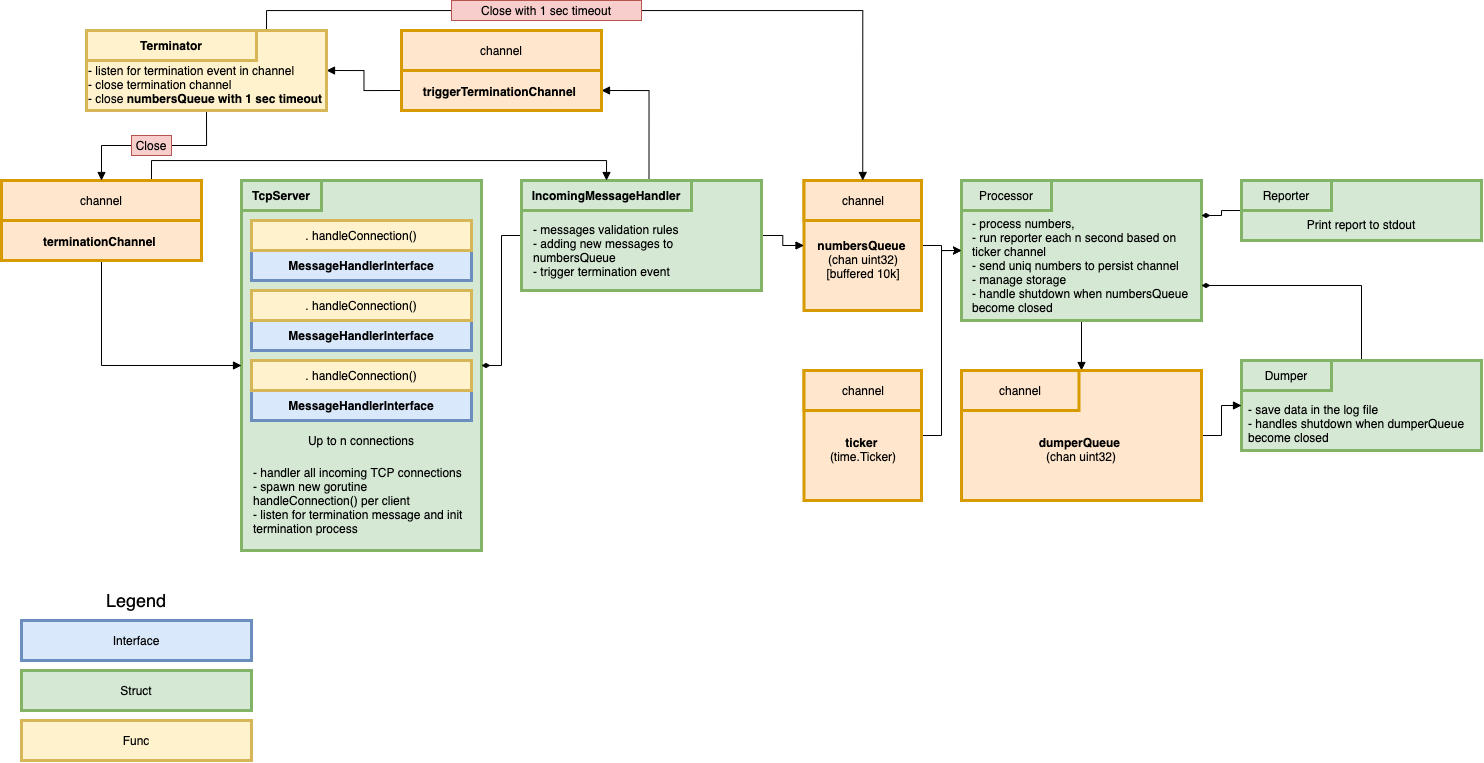
Before: resources/images/application_design.png, a diagram exported from draw.io (brushknight/number-server). Source tidied: cells renumbered, new cells last; positions are measured from the earlier drawing's top-left corner, leaving out a move shared by most shapes. The source it was exported from:
```xml
<mxGraphModel>
  <root>
    <mxCell id="0" />
    <mxCell id="1" parent="0" />
    <mxCell id="2" style="rounded=0;whiteSpace=wrap;html=1;fillColor=#d5e8d4;strokeColor=#82b366;strokeWidth=3;" parent="1" vertex="1">
      <mxGeometry x="240" y="180" width="240" height="370" as="geometry" />
    </mxCell>
    <mxCell id="3" value="&lt;b&gt;TcpServer&lt;/b&gt;" style="text;html=1;strokeColor=#82b366;fillColor=#d5e8d4;align=center;verticalAlign=middle;whiteSpace=wrap;rounded=0;strokeWidth=3;" parent="1" vertex="1">
      <mxGeometry x="240" y="180" width="80" height="30" as="geometry" />
    </mxCell>
    <mxCell id="4" value="&lt;b&gt;MessageHandlerInterface&lt;/b&gt;" style="rounded=0;whiteSpace=wrap;html=1;fillColor=#dae8fc;strokeColor=#6c8ebf;strokeWidth=3;" parent="1" vertex="1">
      <mxGeometry x="250" y="250" width="220" height="30" as="geometry" />
    </mxCell>
    <mxCell id="5" value=".&amp;nbsp;handleConnection()" style="rounded=0;whiteSpace=wrap;html=1;fillColor=#fff2cc;strokeColor=#d6b656;strokeWidth=3;" parent="1" vertex="1">
      <mxGeometry x="250" y="220" width="220" height="30" as="geometry" />
    </mxCell>
    <mxCell id="6" style="edgeStyle=orthogonalEdgeStyle;rounded=0;jettySize=auto;html=1;exitX=1;exitY=0.5;exitDx=0;exitDy=0;entryX=0;entryY=0.5;entryDx=0;entryDy=0;" parent="1" edge="1" source="7" target="15">
      <mxGeometry relative="1" as="geometry" />
    </mxCell>
    <mxCell id="7" value="&lt;br&gt;&lt;br&gt;&lt;b&gt;numbersQueue&lt;/b&gt; &lt;br&gt;(chan uint32)&lt;br&gt;[buffered 10k]" style="rounded=0;whiteSpace=wrap;html=1;strokeColor=#d79b00;strokeWidth=3;fillColor=#ffe6cc;" parent="1" vertex="1">
      <mxGeometry x="802.5" y="180" width="117.5" height="130" as="geometry" />
    </mxCell>
    <mxCell id="8" value="channel" style="text;html=1;align=center;verticalAlign=middle;whiteSpace=wrap;rounded=0;fillColor=#ffe6cc;strokeColor=#d79b00;strokeWidth=3;" parent="1" vertex="1">
      <mxGeometry x="802.5" y="180" width="117.5" height="40" as="geometry" />
    </mxCell>
    <mxCell id="9" value="&lt;b&gt;MessageHandlerInterface&lt;/b&gt;" style="rounded=0;whiteSpace=wrap;html=1;fillColor=#dae8fc;strokeColor=#6c8ebf;strokeWidth=3;" parent="1" vertex="1">
      <mxGeometry x="250" y="320" width="220" height="30" as="geometry" />
    </mxCell>
    <mxCell id="10" value=".&amp;nbsp;handleConnection()" style="rounded=0;whiteSpace=wrap;html=1;fillColor=#fff2cc;strokeColor=#d6b656;strokeWidth=3;" parent="1" vertex="1">
      <mxGeometry x="250" y="290" width="220" height="30" as="geometry" />
    </mxCell>
    <mxCell id="11" value="&lt;b&gt;MessageHandlerInterface&lt;/b&gt;" style="rounded=0;whiteSpace=wrap;html=1;fillColor=#dae8fc;strokeColor=#6c8ebf;strokeWidth=3;" parent="1" vertex="1">
      <mxGeometry x="250" y="390" width="220" height="30" as="geometry" />
    </mxCell>
    <mxCell id="12" value=".&amp;nbsp;handleConnection()" style="rounded=0;whiteSpace=wrap;html=1;fillColor=#fff2cc;strokeColor=#d6b656;strokeWidth=3;" parent="1" vertex="1">
      <mxGeometry x="250" y="360" width="220" height="30" as="geometry" />
    </mxCell>
    <mxCell id="13" value="Up to n connections" style="text;html=1;strokeColor=none;fillColor=none;align=center;verticalAlign=middle;whiteSpace=wrap;rounded=0;" parent="1" vertex="1">
      <mxGeometry x="260" y="430" width="200" height="20" as="geometry" />
    </mxCell>
    <mxCell id="14" style="edgeStyle=orthogonalEdgeStyle;rounded=0;jettySize=auto;html=1;exitX=0.5;exitY=1;exitDx=0;exitDy=0;endArrow=block;endFill=1;" parent="1" edge="1" source="15" target="28">
      <mxGeometry relative="1" as="geometry" />
    </mxCell>
    <mxCell id="15" style="rounded=0;whiteSpace=wrap;html=1;fillColor=#d5e8d4;strokeColor=#82b366;strokeWidth=3;" parent="1" vertex="1">
      <mxGeometry x="960" y="180" width="240" height="140" as="geometry" />
    </mxCell>
    <mxCell id="16" value="Processor" style="text;html=1;strokeColor=#82b366;fillColor=#d5e8d4;align=center;verticalAlign=middle;whiteSpace=wrap;rounded=0;strokeWidth=3;" parent="1" vertex="1">
      <mxGeometry x="960" y="180" width="90" height="30" as="geometry" />
    </mxCell>
    <mxCell id="17" style="edgeStyle=orthogonalEdgeStyle;rounded=0;jettySize=auto;html=1;exitX=1;exitY=0.5;exitDx=0;exitDy=0;entryX=0;entryY=0.5;entryDx=0;entryDy=0;" parent="1" edge="1" source="18" target="15">
      <mxGeometry relative="1" as="geometry" />
    </mxCell>
    <mxCell id="18" value="&lt;br&gt;&lt;br&gt;&lt;b&gt;ticker&lt;/b&gt;&amp;nbsp;&lt;br&gt;(time.Ticker)" style="rounded=0;whiteSpace=wrap;html=1;strokeColor=#d79b00;strokeWidth=3;fillColor=#ffe6cc;" parent="1" vertex="1">
      <mxGeometry x="802.5" y="370" width="117.5" height="130" as="geometry" />
    </mxCell>
    <mxCell id="19" value="channel" style="text;html=1;align=center;verticalAlign=middle;whiteSpace=wrap;rounded=0;fillColor=#ffe6cc;strokeColor=#d79b00;strokeWidth=3;" parent="1" vertex="1">
      <mxGeometry x="802.5" y="370" width="117.5" height="40" as="geometry" />
    </mxCell>
    <mxCell id="20" value="&lt;div style=&quot;text-align: left&quot;&gt;&lt;span&gt;- process numbers,&amp;nbsp;&lt;/span&gt;&lt;/div&gt;&lt;div style=&quot;text-align: left&quot;&gt;&lt;span&gt;- run reporter each n second based on ticker channel&lt;/span&gt;&lt;/div&gt;&lt;div style=&quot;text-align: left&quot;&gt;&lt;span&gt;- send uniq numbers to persist channel&lt;/span&gt;&lt;/div&gt;&lt;div style=&quot;text-align: left&quot;&gt;&lt;span&gt;- manage storage&lt;/span&gt;&lt;/div&gt;&lt;div style=&quot;text-align: left&quot;&gt;&lt;span&gt;- handle shutdown when&amp;nbsp;&lt;/span&gt;&lt;span&gt;numbersQueue become closed&lt;/span&gt;&lt;/div&gt;" style="text;html=1;strokeColor=none;fillColor=none;align=center;verticalAlign=middle;whiteSpace=wrap;rounded=0;" parent="1" vertex="1">
      <mxGeometry x="970" y="215" width="220" height="100" as="geometry" />
    </mxCell>
    <mxCell id="21" style="edgeStyle=orthogonalEdgeStyle;rounded=0;jettySize=auto;html=1;exitX=0;exitY=0.5;exitDx=0;exitDy=0;entryX=1;entryY=0.25;entryDx=0;entryDy=0;endArrow=diamondThin;endFill=1;" parent="1" edge="1" source="22" target="15">
      <mxGeometry relative="1" as="geometry" />
    </mxCell>
    <mxCell id="22" value="&lt;br&gt;&lt;br&gt;Print report to stdout" style="rounded=0;whiteSpace=wrap;html=1;fillColor=#d5e8d4;strokeColor=#82b366;strokeWidth=3;" parent="1" vertex="1">
      <mxGeometry x="1240" y="180" width="240" height="60" as="geometry" />
    </mxCell>
    <mxCell id="23" value="Reporter" style="text;html=1;strokeColor=#82b366;fillColor=#d5e8d4;align=center;verticalAlign=middle;whiteSpace=wrap;rounded=0;strokeWidth=3;" parent="1" vertex="1">
      <mxGeometry x="1240" y="180" width="90" height="30" as="geometry" />
    </mxCell>
    <mxCell id="24" style="edgeStyle=orthogonalEdgeStyle;rounded=0;jettySize=auto;html=1;exitX=0.5;exitY=0;exitDx=0;exitDy=0;entryX=1;entryY=0.75;entryDx=0;entryDy=0;endArrow=diamondThin;endFill=1;" parent="1" edge="1" source="25" target="15">
      <mxGeometry relative="1" as="geometry" />
    </mxCell>
    <mxCell id="25" style="rounded=0;whiteSpace=wrap;html=1;fillColor=#d5e8d4;strokeColor=#82b366;strokeWidth=3;" parent="1" vertex="1">
      <mxGeometry x="1240" y="360" width="240" height="90" as="geometry" />
    </mxCell>
    <mxCell id="26" value="Dumper" style="text;html=1;strokeColor=#82b366;fillColor=#d5e8d4;align=center;verticalAlign=middle;whiteSpace=wrap;rounded=0;strokeWidth=3;" parent="1" vertex="1">
      <mxGeometry x="1240" y="360" width="90" height="30" as="geometry" />
    </mxCell>
    <mxCell id="27" style="edgeStyle=orthogonalEdgeStyle;rounded=0;jettySize=auto;html=1;exitX=1;exitY=0.5;exitDx=0;exitDy=0;entryX=0;entryY=0.5;entryDx=0;entryDy=0;endArrow=block;endFill=1;" parent="1" edge="1" source="28" target="25">
      <mxGeometry relative="1" as="geometry" />
    </mxCell>
    <mxCell id="28" value="&lt;br&gt;&lt;br&gt;&lt;b&gt;dumperQueue&lt;/b&gt;&amp;nbsp;&lt;br&gt;(chan uint32)" style="rounded=0;whiteSpace=wrap;html=1;strokeColor=#d79b00;strokeWidth=3;fillColor=#ffe6cc;" parent="1" vertex="1">
      <mxGeometry x="960" y="370" width="240" height="130" as="geometry" />
    </mxCell>
    <mxCell id="29" value="channel" style="text;html=1;align=center;verticalAlign=middle;whiteSpace=wrap;rounded=0;fillColor=#ffe6cc;strokeColor=#d79b00;strokeWidth=3;" parent="1" vertex="1">
      <mxGeometry x="960" y="370" width="117.5" height="40" as="geometry" />
    </mxCell>
    <mxCell id="30" style="edgeStyle=orthogonalEdgeStyle;rounded=0;jettySize=auto;html=1;exitX=0;exitY=0.5;exitDx=0;exitDy=0;entryX=1;entryY=0.5;entryDx=0;entryDy=0;endArrow=diamondThin;endFill=1;" parent="1" edge="1" source="32" target="2">
      <mxGeometry relative="1" as="geometry" />
    </mxCell>
    <mxCell id="31" style="edgeStyle=orthogonalEdgeStyle;rounded=0;jettySize=auto;html=1;exitX=1;exitY=0.5;exitDx=0;exitDy=0;entryX=0;entryY=0.5;entryDx=0;entryDy=0;endArrow=block;endFill=1;" parent="1" edge="1" source="32" target="7">
      <mxGeometry relative="1" as="geometry" />
    </mxCell>
    <mxCell id="32" style="rounded=0;whiteSpace=wrap;html=1;fillColor=#d5e8d4;strokeColor=#82b366;strokeWidth=3;align=left;" parent="1" vertex="1">
      <mxGeometry x="520" y="180" width="240" height="110" as="geometry" />
    </mxCell>
    <mxCell id="33" style="edgeStyle=orthogonalEdgeStyle;rounded=0;jettySize=auto;html=1;exitX=0.75;exitY=0;exitDx=0;exitDy=0;entryX=1;entryY=0.75;entryDx=0;entryDy=0;endArrow=block;endFill=1;" parent="1" edge="1" source="34" target="38">
      <mxGeometry relative="1" as="geometry" />
    </mxCell>
    <mxCell id="34" value="&lt;b&gt;IncomingMessageHandler&lt;/b&gt;" style="text;html=1;strokeColor=#82b366;fillColor=#d5e8d4;align=center;verticalAlign=middle;whiteSpace=wrap;rounded=0;strokeWidth=3;" parent="1" vertex="1">
      <mxGeometry x="520" y="180" width="170" height="30" as="geometry" />
    </mxCell>
    <mxCell id="35" value="- handler all incoming TCP connections&lt;br&gt;- spawn new gorutine handleConnection() per client&lt;br&gt;- listen for termination message and init termination process" style="text;html=1;strokeColor=none;fillColor=none;align=left;verticalAlign=middle;whiteSpace=wrap;rounded=0;" parent="1" vertex="1">
      <mxGeometry x="250" y="460" width="220" height="80" as="geometry" />
    </mxCell>
    <mxCell id="36" value="&lt;span&gt;- messages validation rules&lt;/span&gt;&lt;br&gt;&lt;span&gt;- adding new messages to numbersQueue&lt;/span&gt;&lt;br&gt;&lt;span&gt;- trigger termination event&lt;/span&gt;" style="text;html=1;strokeColor=none;fillColor=none;align=left;verticalAlign=middle;whiteSpace=wrap;rounded=0;" parent="1" vertex="1">
      <mxGeometry x="530" y="220" width="220" height="60" as="geometry" />
    </mxCell>
    <mxCell id="37" style="edgeStyle=orthogonalEdgeStyle;rounded=0;jettySize=auto;html=1;exitX=0;exitY=0.75;exitDx=0;exitDy=0;entryX=1;entryY=0.5;entryDx=0;entryDy=0;endArrow=block;endFill=1;" parent="1" edge="1" source="38" target="47">
      <mxGeometry relative="1" as="geometry" />
    </mxCell>
    <mxCell id="38" value="&lt;br&gt;&lt;br&gt;&lt;br&gt;&lt;b&gt;triggerTerminationChannel&lt;/b&gt;&amp;nbsp;" style="rounded=0;whiteSpace=wrap;html=1;strokeColor=#d79b00;strokeWidth=3;fillColor=#ffe6cc;" parent="1" vertex="1">
      <mxGeometry x="400" y="30" width="200" height="80" as="geometry" />
    </mxCell>
    <mxCell id="39" value="channel" style="text;html=1;align=center;verticalAlign=middle;whiteSpace=wrap;rounded=0;fillColor=#ffe6cc;strokeColor=#d79b00;strokeWidth=3;" parent="1" vertex="1">
      <mxGeometry x="400" y="30" width="200" height="40" as="geometry" />
    </mxCell>
    <mxCell id="40" style="edgeStyle=orthogonalEdgeStyle;rounded=0;jettySize=auto;html=1;exitX=0.5;exitY=1;exitDx=0;exitDy=0;endArrow=block;endFill=1;" parent="1" edge="1" source="42" target="2">
      <mxGeometry relative="1" as="geometry" />
    </mxCell>
    <mxCell id="41" style="edgeStyle=orthogonalEdgeStyle;rounded=0;jettySize=auto;html=1;exitX=0.75;exitY=0;exitDx=0;exitDy=0;entryX=0.5;entryY=0;entryDx=0;entryDy=0;endArrow=block;endFill=1;" parent="1" edge="1" source="43" target="34">
      <mxGeometry relative="1" as="geometry">
        <Array as="points">
          <mxPoint x="150" y="160" />
          <mxPoint x="605" y="160" />
        </Array>
      </mxGeometry>
    </mxCell>
    <mxCell id="42" value="&lt;br&gt;&lt;br&gt;&lt;br&gt;&lt;b&gt;terminationChannel&lt;/b&gt;&amp;nbsp;" style="rounded=0;whiteSpace=wrap;html=1;strokeColor=#d79b00;strokeWidth=3;fillColor=#ffe6cc;" parent="1" vertex="1">
      <mxGeometry y="180" width="200" height="80" as="geometry" />
    </mxCell>
    <mxCell id="43" value="channel" style="text;html=1;align=center;verticalAlign=middle;whiteSpace=wrap;rounded=0;fillColor=#ffe6cc;strokeColor=#d79b00;strokeWidth=3;" parent="1" vertex="1">
      <mxGeometry y="180" width="200" height="40" as="geometry" />
    </mxCell>
    <mxCell id="44" value="&lt;div&gt;&lt;span&gt;- save data in the log file&lt;/span&gt;&lt;/div&gt;&lt;div&gt;&lt;span&gt;- handles shutdown when dumperQueue become closed&lt;/span&gt;&lt;/div&gt;" style="text;html=1;strokeColor=none;fillColor=none;align=left;verticalAlign=middle;whiteSpace=wrap;rounded=0;" parent="1" vertex="1">
      <mxGeometry x="1245" y="395" width="230" height="55" as="geometry" />
    </mxCell>
    <mxCell id="45" style="edgeStyle=orthogonalEdgeStyle;rounded=0;jettySize=auto;html=1;exitX=0.5;exitY=1;exitDx=0;exitDy=0;entryX=0.5;entryY=0;entryDx=0;entryDy=0;endArrow=block;endFill=1;" parent="1" edge="1" source="47">
      <mxGeometry relative="1" as="geometry">
        <mxPoint x="100" y="180" as="targetPoint" />
      </mxGeometry>
    </mxCell>
    <mxCell id="46" style="edgeStyle=orthogonalEdgeStyle;rounded=0;jettySize=auto;html=1;exitX=0.75;exitY=0;exitDx=0;exitDy=0;entryX=0.5;entryY=0;entryDx=0;entryDy=0;endArrow=block;endFill=1;" parent="1" edge="1" source="47" target="8">
      <mxGeometry relative="1" as="geometry" />
    </mxCell>
    <mxCell id="47" value="&lt;br&gt;&lt;br&gt;- listen for termination event in channel&lt;br&gt;- close termination channel&lt;br&gt;- close&amp;nbsp;&lt;b style=&quot;text-align: center&quot;&gt;numbersQueue with 1 sec timeout&lt;/b&gt;" style="rounded=0;whiteSpace=wrap;html=1;fillColor=#fff2cc;strokeColor=#d6b656;strokeWidth=3;align=left;" parent="1" vertex="1">
      <mxGeometry x="85" y="30" width="240" height="80" as="geometry" />
    </mxCell>
    <mxCell id="48" value="&lt;b&gt;Terminator&lt;/b&gt;" style="text;html=1;strokeColor=#d6b656;fillColor=#fff2cc;align=center;verticalAlign=middle;whiteSpace=wrap;rounded=0;strokeWidth=3;" parent="1" vertex="1">
      <mxGeometry x="85" y="30" width="170" height="30" as="geometry" />
    </mxCell>
    <mxCell id="49" value="Close" style="text;html=1;strokeColor=#b85450;fillColor=#f8cecc;align=center;verticalAlign=middle;whiteSpace=wrap;rounded=0;" parent="1" vertex="1">
      <mxGeometry x="130" y="135" width="40" height="20" as="geometry" />
    </mxCell>
    <mxCell id="50" value="Close with 1 sec timeout" style="text;html=1;strokeColor=#b85450;fillColor=#f8cecc;align=center;verticalAlign=middle;whiteSpace=wrap;rounded=0;" parent="1" vertex="1">
      <mxGeometry x="450" width="190" height="20" as="geometry" />
    </mxCell>
    <mxCell id="51" value="Interface" style="rounded=0;whiteSpace=wrap;html=1;fillColor=#dae8fc;strokeColor=#6c8ebf;strokeWidth=3;" parent="1" vertex="1">
      <mxGeometry x="20" y="620" width="230" height="40" as="geometry" />
    </mxCell>
    <mxCell id="52" value="Struct" style="rounded=0;whiteSpace=wrap;html=1;fillColor=#d5e8d4;strokeColor=#82b366;strokeWidth=3;" parent="1" vertex="1">
      <mxGeometry x="20" y="670" width="230" height="40" as="geometry" />
    </mxCell>
    <mxCell id="53" value="Func" style="rounded=0;whiteSpace=wrap;html=1;fillColor=#fff2cc;strokeColor=#d6b656;strokeWidth=3;" parent="1" vertex="1">
      <mxGeometry x="20" y="720" width="230" height="40" as="geometry" />
    </mxCell>
    <mxCell id="54" value="&lt;font style=&quot;font-size: 18px&quot;&gt;Legend&lt;/font&gt;" style="text;html=1;strokeColor=none;fillColor=none;align=center;verticalAlign=middle;whiteSpace=wrap;rounded=0;" parent="1" vertex="1">
      <mxGeometry y="580" width="270" height="40" as="geometry" />
    </mxCell>
  </root>
</mxGraphModel>
```
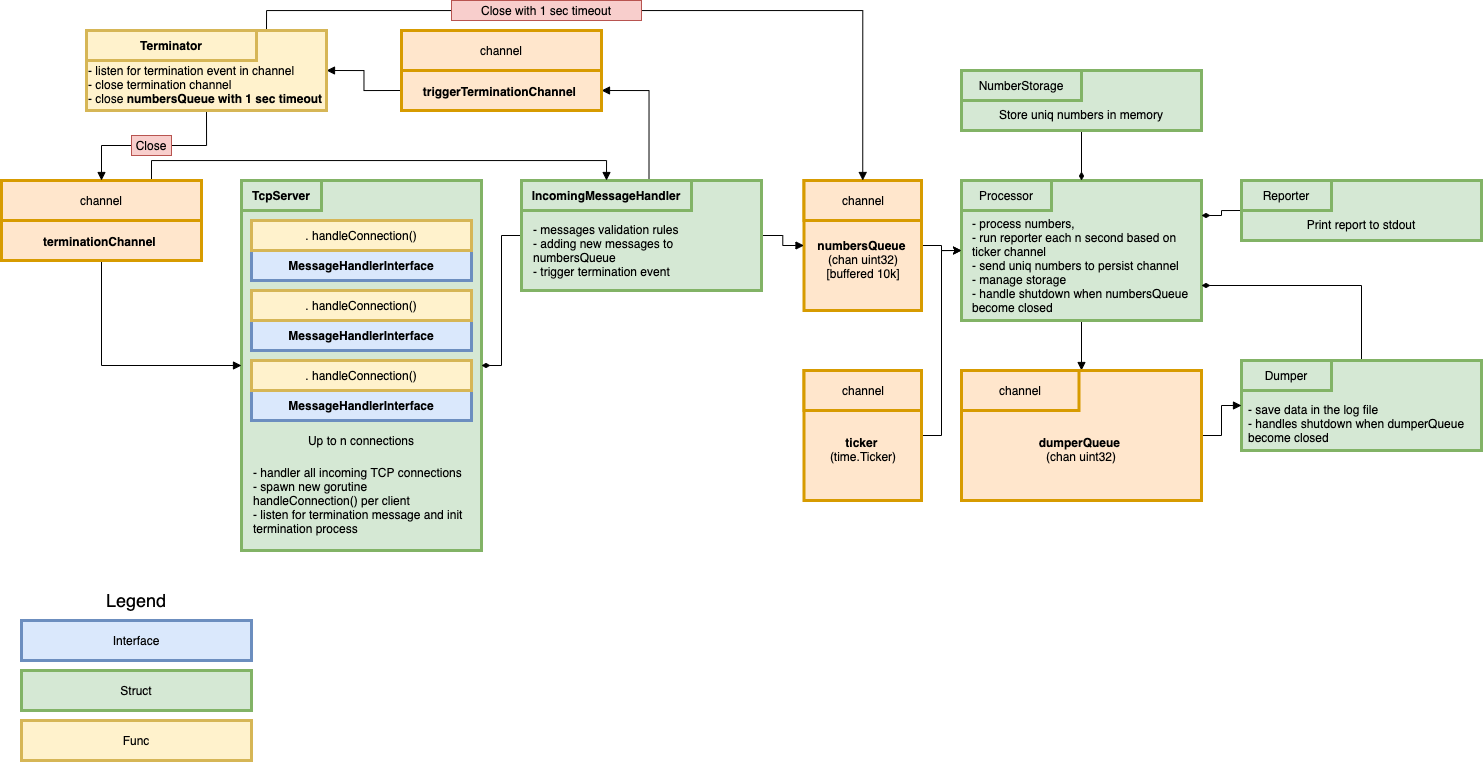
Above is the later version.

Commit message:
Documentation: Update application_design.png, NumberStorage was lost

Diff of the diagram source:
```diff
@@ -168,5 +168,14 @@
     <mxCell id="54" value="&lt;font style=&quot;font-size: 18px&quot;&gt;Legend&lt;/font&gt;" style="text;html=1;strokeColor=none;fillColor=none;align=center;verticalAlign=middle;whiteSpace=wrap;rounded=0;" parent="1" vertex="1">
       <mxGeometry y="580" width="270" height="40" as="geometry" />
     </mxCell>
+    <mxCell id="55" style="edgeStyle=orthogonalEdgeStyle;rounded=0;jettySize=auto;html=1;exitX=0.5;exitY=1;exitDx=0;exitDy=0;entryX=0.5;entryY=0;entryDx=0;entryDy=0;endArrow=diamondThin;endFill=1;" parent="1" edge="1" source="56" target="15">
+      <mxGeometry relative="1" as="geometry" />
+    </mxCell>
+    <mxCell id="56" value="&lt;br&gt;&lt;br&gt;Store uniq numbers in memory" style="rounded=0;whiteSpace=wrap;html=1;fillColor=#d5e8d4;strokeColor=#82b366;strokeWidth=3;" parent="1" vertex="1">
+      <mxGeometry x="960" y="70" width="240" height="60" as="geometry" />
+    </mxCell>
+    <mxCell id="57" value="NumberStorage" style="text;html=1;strokeColor=#82b366;fillColor=#d5e8d4;align=center;verticalAlign=middle;whiteSpace=wrap;rounded=0;strokeWidth=3;" parent="1" vertex="1">
+      <mxGeometry x="960" y="70" width="120" height="30" as="geometry" />
+    </mxCell>
   </root>
 </mxGraphModel>
```
